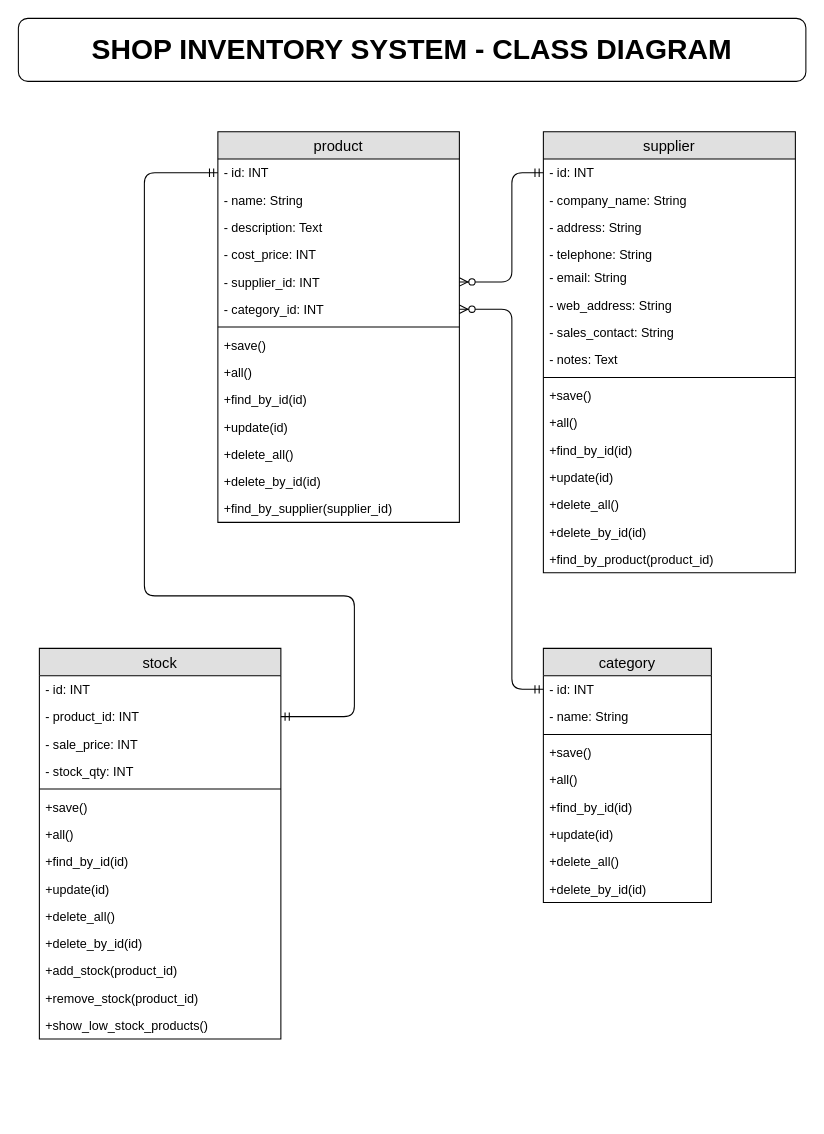
Above: diagrams/class_diagram.drawio in aramsay03/lego_shop_inventory_project (draw.io), before the change. Source tidied: cells renumbered, new cells numbered last; positions are measured from the earlier drawing's top-left corner, leaving out a move shared by most shapes. Both pictures are drawn from the tidied source at 105%, with x=0, y=0 at pixel (18, 18).
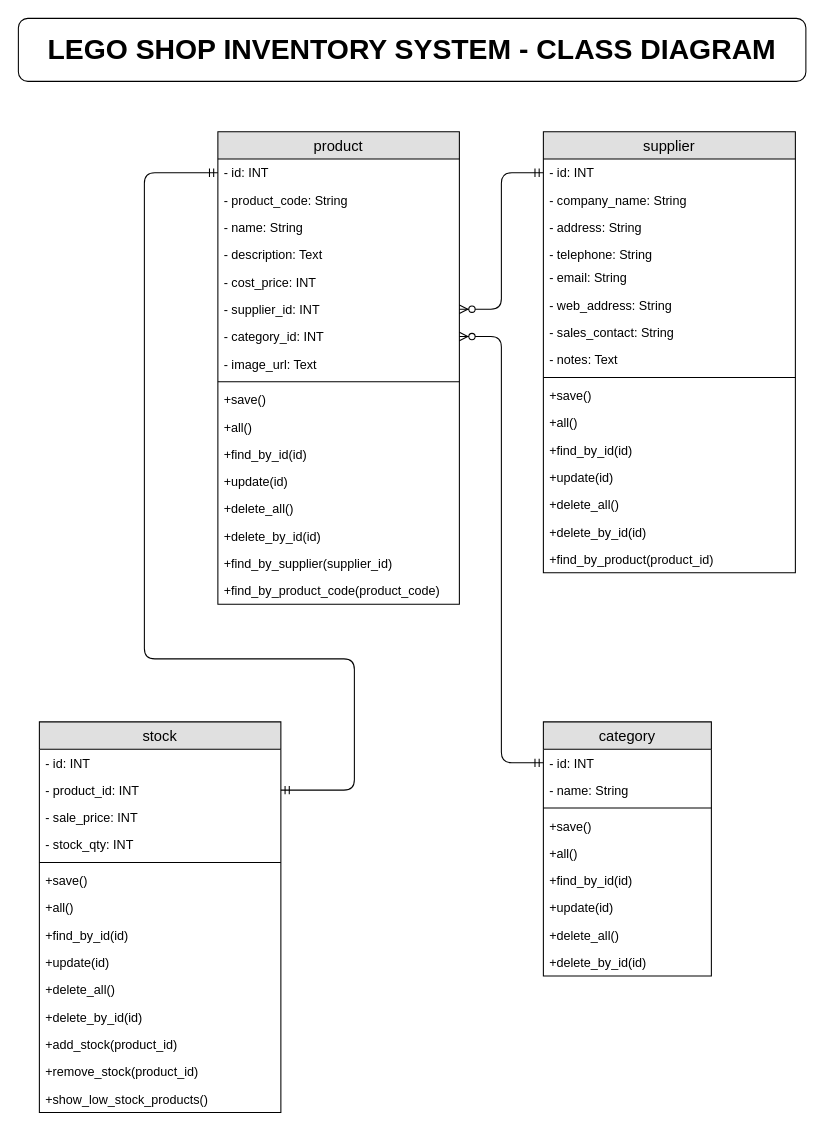
The same diagram, later.

The change refers to these unchanged cells:
```xml
<mxCell id="4" value="- id: INT" style="text;strokeColor=none;fillColor=none;spacingLeft=4;spacingRight=4;overflow=hidden;points=[[0,0.5],[1,0.5]];portConstraint=eastwest;fontSize=12;" parent="3" vertex="1">
  <mxGeometry y="26" width="230" height="26" as="geometry" />
</mxCell>
<mxCell id="19" value="- id: INT" style="text;strokeColor=none;fillColor=none;spacingLeft=4;spacingRight=4;overflow=hidden;points=[[0,0.5],[1,0.5]];portConstraint=eastwest;fontSize=12;" parent="18" vertex="1">
  <mxGeometry y="26" width="240" height="26" as="geometry" />
</mxCell>
<mxCell id="37" value="- product_id: INT" style="text;strokeColor=none;fillColor=none;spacingLeft=4;spacingRight=4;overflow=hidden;points=[[0,0.5],[1,0.5]];portConstraint=eastwest;fontSize=12;" parent="35" vertex="1">
  <mxGeometry y="52" width="230" height="26" as="geometry" />
</mxCell>
<mxCell id="51" value="- id: INT" style="text;strokeColor=none;fillColor=none;spacingLeft=4;spacingRight=4;overflow=hidden;points=[[0,0.5],[1,0.5]];portConstraint=eastwest;fontSize=12;" parent="50" vertex="1">
  <mxGeometry y="26" width="160" height="26" as="geometry" />
</mxCell>
```

Diff of the diagram source:
```diff
@@
-    <mxCell id="2" value="&lt;b&gt;&lt;font style=&quot;font-size: 27px&quot;&gt;SHOP INVENTORY SYSTEM - CLASS DIAGRAM&lt;/font&gt;&lt;/b&gt;" style="rounded=1;whiteSpace=wrap;html=1;" parent="1" vertex="1">
+    <mxCell id="2" value="&lt;b&gt;&lt;font style=&quot;font-size: 27px&quot;&gt;LEGO SHOP INVENTORY SYSTEM - CLASS DIAGRAM&lt;/font&gt;&lt;/b&gt;" style="rounded=1;whiteSpace=wrap;html=1;" parent="1" vertex="1">
       <mxGeometry width="750" height="60" as="geometry" />
     </mxCell>
     <mxCell id="3" value="product" style="swimlane;fontStyle=0;horizontal=1;startSize=26;fillColor=#e0e0e0;swimlaneFillColor=#ffffff;align=center;fontSize=14;" parent="1" vertex="1">
-      <mxGeometry x="190" y="108" width="230" height="372" as="geometry" />
+      <mxGeometry x="190" y="108" width="230" height="450" as="geometry" />
     </mxCell>
@@
+    <mxCell id="63" value="- product_code: String" style="text;strokeColor=none;fillColor=none;spacingLeft=4;spacingRight=4;overflow=hidden;fontSize=12;" parent="3" vertex="1">
+      <mxGeometry y="52" width="230" height="26" as="geometry" />
+    </mxCell>
     <mxCell id="5" value="- name: String" style="text;strokeColor=none;fillColor=none;spacingLeft=4;spacingRight=4;overflow=hidden;fontSize=12;" parent="3" vertex="1">
-      <mxGeometry y="52" width="230" height="26" as="geometry" />
+      <mxGeometry y="78" width="230" height="26" as="geometry" />
     </mxCell>
     <mxCell id="6" value="- description: Text" style="text;strokeColor=none;fillColor=none;spacingLeft=4;spacingRight=4;overflow=hidden;fontSize=12;" parent="3" vertex="1">
-      <mxGeometry y="78" width="230" height="26" as="geometry" />
+      <mxGeometry y="104" width="230" height="26" as="geometry" />
     </mxCell>
     <mxCell id="7" value="- cost_price: INT" style="text;strokeColor=none;fillColor=none;spacingLeft=4;spacingRight=4;overflow=hidden;fontSize=12;" parent="3" vertex="1">
-      <mxGeometry y="104" width="230" height="26" as="geometry" />
+      <mxGeometry y="130" width="230" height="26" as="geometry" />
     </mxCell>
     <mxCell id="8" value="- supplier_id: INT" style="text;strokeColor=none;fillColor=none;spacingLeft=4;spacingRight=4;overflow=hidden;points=[[0,0.5],[1,0.5]];portConstraint=eastwest;fontSize=12;" parent="3" vertex="1">
-      <mxGeometry y="130" width="230" height="26" as="geometry" />
+      <mxGeometry y="156" width="230" height="26" as="geometry" />
     </mxCell>
     <mxCell id="9" value="- category_id: INT" style="text;strokeColor=none;fillColor=none;spacingLeft=4;spacingRight=4;overflow=hidden;points=[[0,0.5],[1,0.5]];portConstraint=eastwest;fontSize=12;" parent="3" vertex="1">
-      <mxGeometry y="156" width="230" height="26" as="geometry" />
+      <mxGeometry y="182" width="230" height="26" as="geometry" />
     </mxCell>
+    <mxCell id="64" value="- image_url: Text" style="text;strokeColor=none;fillColor=none;spacingLeft=4;spacingRight=4;overflow=hidden;fontSize=12;" parent="3" vertex="1">
+      <mxGeometry y="208" width="230" height="26" as="geometry" />
+    </mxCell>
     <mxCell id="10" style="line;strokeWidth=1;fillColor=none;align=left;verticalAlign=middle;spacingTop=-1;spacingLeft=3;spacingRight=3;labelPosition=right;fontSize=12;" parent="3" vertex="1">
-      <mxGeometry y="182" width="230" height="8" as="geometry" />
+      <mxGeometry y="234" width="230" height="8" as="geometry" />
     </mxCell>
     <mxCell id="11" value="+save()" style="text;strokeColor=none;fillColor=none;spacingLeft=4;spacingRight=4;overflow=hidden;fontSize=12;" parent="3" vertex="1">
-      <mxGeometry y="190" width="230" height="26" as="geometry" />
+      <mxGeometry y="242" width="230" height="26" as="geometry" />
     </mxCell>
     <mxCell id="12" value="+all()" style="text;strokeColor=none;fillColor=none;spacingLeft=4;spacingRight=4;overflow=hidden;fontSize=12;" parent="3" vertex="1">
-      <mxGeometry y="216" width="230" height="26" as="geometry" />
+      <mxGeometry y="268" width="230" height="26" as="geometry" />
     </mxCell>
     <mxCell id="13" value="+find_by_id(id)" style="text;strokeColor=none;fillColor=none;spacingLeft=4;spacingRight=4;overflow=hidden;fontSize=12;" parent="3" vertex="1">
-      <mxGeometry y="242" width="230" height="26" as="geometry" />
+      <mxGeometry y="294" width="230" height="26" as="geometry" />
     </mxCell>
     <mxCell id="14" value="+update(id)" style="text;strokeColor=none;fillColor=none;spacingLeft=4;spacingRight=4;overflow=hidden;fontSize=12;" parent="3" vertex="1">
-      <mxGeometry y="268" width="230" height="26" as="geometry" />
+      <mxGeometry y="320" width="230" height="26" as="geometry" />
     </mxCell>
     <mxCell id="15" value="+delete_all()" style="text;strokeColor=none;fillColor=none;spacingLeft=4;spacingRight=4;overflow=hidden;fontSize=12;" parent="3" vertex="1">
-      <mxGeometry y="294" width="230" height="26" as="geometry" />
+      <mxGeometry y="346" width="230" height="26" as="geometry" />
     </mxCell>
     <mxCell id="16" value="+delete_by_id(id)" style="text;strokeColor=none;fillColor=none;spacingLeft=4;spacingRight=4;overflow=hidden;fontSize=12;" parent="3" vertex="1">
-      <mxGeometry y="320" width="230" height="26" as="geometry" />
+      <mxGeometry y="372" width="230" height="26" as="geometry" />
     </mxCell>
     <mxCell id="17" value="+find_by_supplier(supplier_id)" style="text;strokeColor=none;fillColor=none;spacingLeft=4;spacingRight=4;overflow=hidden;fontSize=12;" parent="3" vertex="1">
-      <mxGeometry y="346" width="230" height="26" as="geometry" />
+      <mxGeometry y="398" width="230" height="26" as="geometry" />
     </mxCell>
+    <mxCell id="65" value="+find_by_product_code(product_code)" style="text;strokeColor=none;fillColor=none;spacingLeft=4;spacingRight=4;overflow=hidden;fontSize=12;" parent="3" vertex="1">
+      <mxGeometry y="424" width="230" height="26" as="geometry" />
+    </mxCell>
@@
     <mxCell id="35" value="stock" style="swimlane;fontStyle=0;horizontal=1;startSize=26;fillColor=#e0e0e0;swimlaneFillColor=#ffffff;align=center;fontSize=14;" parent="1" vertex="1">
-      <mxGeometry x="20" y="600" width="230" height="372" as="geometry" />
+      <mxGeometry x="20" y="670" width="230" height="372" as="geometry" />
     </mxCell>
@@
     <mxCell id="50" value="category" style="swimlane;fontStyle=0;horizontal=1;startSize=26;fillColor=#e0e0e0;swimlaneFillColor=#ffffff;align=center;fontSize=14;" parent="1" vertex="1">
-      <mxGeometry x="500" y="600" width="160" height="242" as="geometry" />
+      <mxGeometry x="500" y="670" width="160" height="242" as="geometry" />
     </mxCell>
@@
     <mxCell id="60" style="edgeStyle=orthogonalEdgeStyle;fontSize=12;html=1;endArrow=ERzeroToMany;startArrow=ERmandOne;exitX=0;exitY=0.5;exitDx=0;exitDy=0;entryX=1;entryY=0.5;entryDx=0;entryDy=0;" parent="1" edge="1" source="51" target="9">
       <mxGeometry relative="1" as="geometry">
         <Array as="points">
-          <mxPoint x="470" y="639" />
-          <mxPoint x="470" y="277" />
+          <mxPoint x="460" y="709" />
+          <mxPoint x="460" y="303" />
         </Array>
       </mxGeometry>
     </mxCell>
     <mxCell id="61" style="fontSize=12;html=1;endArrow=ERzeroToMany;startArrow=ERmandOne;exitX=0;exitY=0.5;exitDx=0;exitDy=0;entryX=1;entryY=0.5;entryDx=0;entryDy=0;edgeStyle=orthogonalEdgeStyle;" parent="1" edge="1" source="19" target="8">
       <mxGeometry relative="1" as="geometry">
         <Array as="points">
-          <mxPoint x="470" y="147" />
-          <mxPoint x="470" y="251" />
+          <mxPoint x="460" y="147" />
+          <mxPoint x="460" y="277" />
         </Array>
       </mxGeometry>
     </mxCell>
     <mxCell id="62" style="edgeStyle=orthogonalEdgeStyle;fontSize=12;html=1;endArrow=ERmandOne;startArrow=ERmandOne;entryX=0;entryY=0.5;entryDx=0;entryDy=0;exitX=1;exitY=0.5;exitDx=0;exitDy=0;" parent="1" edge="1" source="37" target="4">
       <mxGeometry relative="1" as="geometry">
         <Array as="points">
-          <mxPoint x="320" y="665" />
-          <mxPoint x="320" y="550" />
-          <mxPoint x="120" y="550" />
+          <mxPoint x="320" y="735" />
+          <mxPoint x="320" y="610" />
+          <mxPoint x="120" y="610" />
           <mxPoint x="120" y="147" />
         </Array>
       </mxGeometry>
     </mxCell>
```
